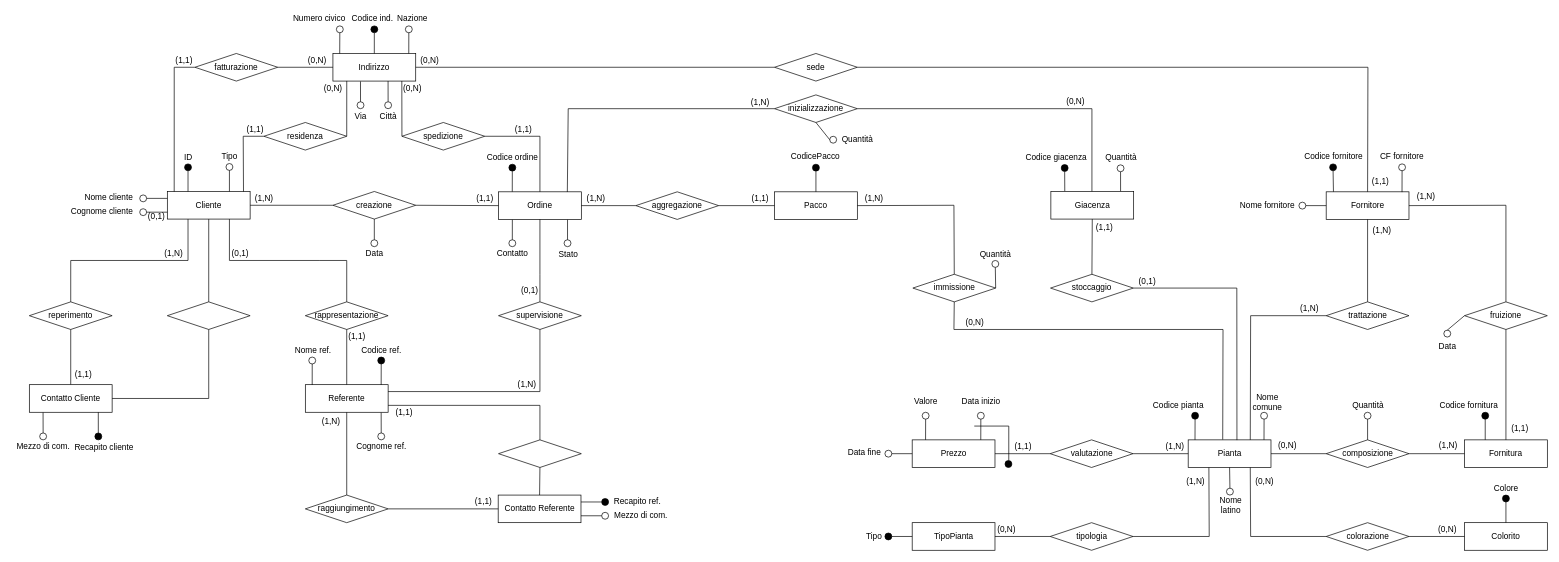
The draw.io diagram ER-diagrams/ER-master-bis.drawio in nic-agos/Verde-S.R.L, before the edit. Source tidied: cells renumbered, new cells numbered last; positions are measured from the earlier drawing's top-left corner, leaving out a move shared by most shapes. Both pictures are drawn from the tidied source at 69%, with x=0, y=0 at pixel (12, 12).
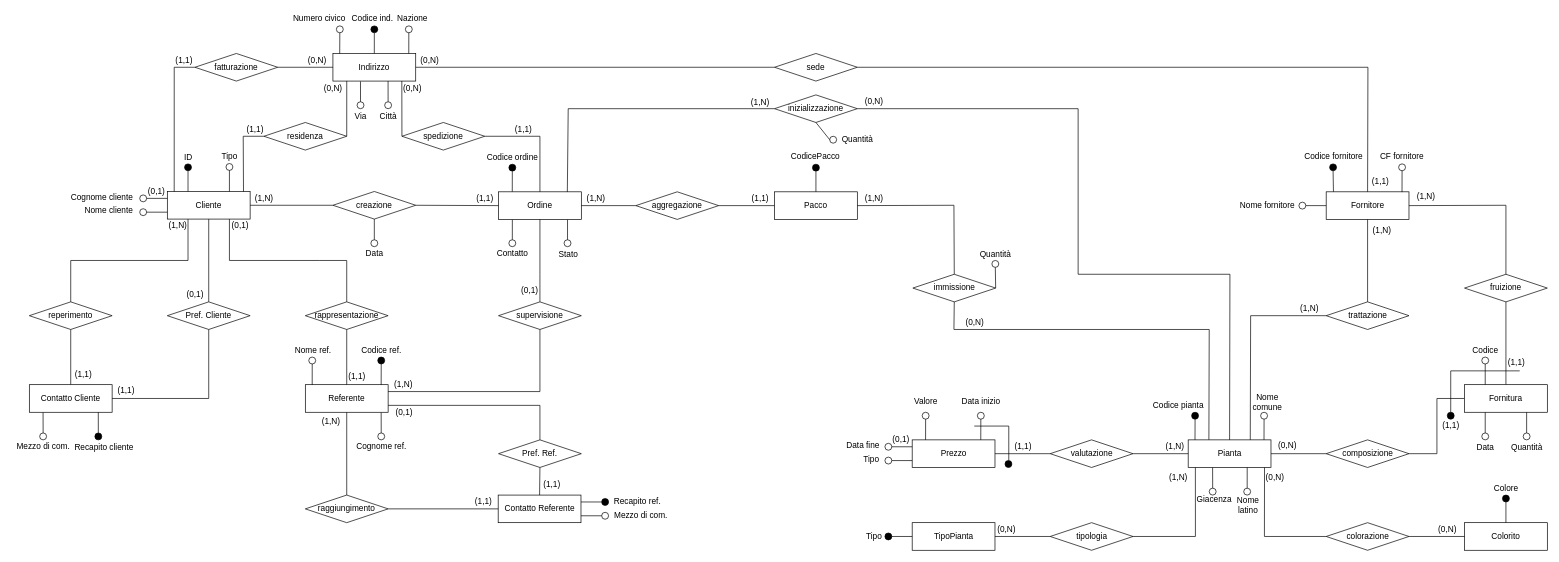
The same diagram, later.

The change refers to these unchanged cells:
```xml
<mxCell id="39" value="immissione" style="rhombus;whiteSpace=wrap;html=1;" parent="1" vertex="1">
  <mxGeometry x="1305.5" y="380" width="120" height="40" as="geometry" />
</mxCell>
<mxCell id="44" value="inizializzazione" style="rhombus;whiteSpace=wrap;html=1;" parent="1" vertex="1">
  <mxGeometry x="1105" y="120" width="120" height="40" as="geometry" />
</mxCell>
<mxCell id="62" value="Pianta" style="rounded=0;whiteSpace=wrap;html=1;strokeWidth=1;perimeterSpacing=0;" parent="1" vertex="1">
  <mxGeometry x="1704.5" y="620" width="120" height="40" as="geometry" />
</mxCell>
<mxCell id="70" value="Prezzo" style="rounded=0;whiteSpace=wrap;html=1;strokeWidth=1;perimeterSpacing=0;" parent="1" vertex="1">
  <mxGeometry x="1304.5" y="620" width="120" height="40" as="geometry" />
</mxCell>
<mxCell id="103" value="composizione" style="rhombus;whiteSpace=wrap;html=1;" parent="1" vertex="1">
  <mxGeometry x="1904.5" y="620" width="120" height="40" as="geometry" />
</mxCell>
<mxCell id="205" value="tipologia" style="rhombus;whiteSpace=wrap;html=1;" parent="1" vertex="1">
  <mxGeometry x="1504.5" y="740" width="120" height="40" as="geometry" />
</mxCell>
<mxCell id="221" value="colorazione" style="rhombus;whiteSpace=wrap;html=1;" parent="1" vertex="1">
  <mxGeometry x="1904.5" y="740" width="120" height="40" as="geometry" />
</mxCell>
```

Diff of the diagram source:
```diff
@@
     <mxCell id="17" value="(0,1)" style="text;html=1;strokeColor=none;fillColor=none;align=center;verticalAlign=middle;whiteSpace=wrap;rounded=0;" parent="1" vertex="1">
-      <mxGeometry x="301" y="335" width="60" height="30" as="geometry" />
+      <mxGeometry x="301" y="294" width="60" height="30" as="geometry" />
     </mxCell>
     <mxCell id="18" value="(1,1)" style="text;html=1;strokeColor=none;fillColor=none;align=center;verticalAlign=middle;whiteSpace=wrap;rounded=0;" parent="1" vertex="1">
-      <mxGeometry x="470" y="455" width="60" height="30" as="geometry" />
+      <mxGeometry x="470" y="513" width="60" height="30" as="geometry" />
     </mxCell>
@@
-    <mxCell id="41" style="endArrow=none;html=1;rounded=0;exitX=0.5;exitY=1;exitDx=0;exitDy=0;entryX=0.417;entryY=-0.008;entryDx=0;entryDy=0;entryPerimeter=0;" parent="1" edge="1" source="39" target="62">
+    <mxCell id="41" style="endArrow=none;html=1;rounded=0;exitX=0.5;exitY=1;exitDx=0;exitDy=0;entryX=0.25;entryY=0;entryDx=0;entryDy=0;" parent="1" edge="1" source="39" target="62">
       <mxGeometry relative="1" as="geometry">
         <Array as="points">
           <mxPoint x="1365" y="460" />
-          <mxPoint x="1755" y="460" />
+          <mxPoint x="1735" y="460" />
         </Array>
       </mxGeometry>
     </mxCell>
@@
-    <mxCell id="46" style="endArrow=none;html=1;rounded=0;exitX=1;exitY=0.5;exitDx=0;exitDy=0;entryX=0.5;entryY=0;entryDx=0;entryDy=0;" parent="1" edge="1" source="44">
-      <mxGeometry relative="1" as="geometry">
-        <mxPoint x="1565" y="260.5" as="targetPoint" />
-        <Array as="points">
-          <mxPoint x="1565" y="140" />
-        </Array>
-      </mxGeometry>
-    </mxCell>
@@
     <mxCell id="59" value="(0,N)" style="text;html=1;align=center;verticalAlign=middle;strokeColor=none;fillColor=none;" parent="1" vertex="1">
-      <mxGeometry x="1520.5" y="120" width="40" height="20" as="geometry" />
+      <mxGeometry x="1229" y="120" width="40" height="20" as="geometry" />
     </mxCell>
@@
     <mxCell id="66" value="Nome &lt;br&gt;latino" style="text;html=1;align=center;verticalAlign=middle;strokeColor=none;fillColor=none;" parent="1" vertex="1">
-      <mxGeometry x="1741" y="700" width="50" height="30" as="geometry" />
+      <mxGeometry x="1766" y="700" width="50" height="30" as="geometry" />
     </mxCell>
@@
     <mxCell id="90" value="(1,N)" style="text;html=1;align=center;verticalAlign=middle;strokeColor=none;fillColor=none;" parent="1" vertex="1">
-      <mxGeometry x="725.5" y="530" width="40" height="20" as="geometry" />
+      <mxGeometry x="547" y="530" width="40" height="20" as="geometry" />
     </mxCell>
@@
-    <mxCell id="101" value="Fornitura" style="rounded=0;whiteSpace=wrap;html=1;strokeWidth=1;perimeterSpacing=0;" parent="1" vertex="1">
-      <mxGeometry x="2105" y="620" width="120" height="40" as="geometry" />
-    </mxCell>
     <mxCell id="102" value="fruizione" style="rhombus;whiteSpace=wrap;html=1;" parent="1" vertex="1">
-      <mxGeometry x="2105" y="420" width="120" height="40" as="geometry" />
+      <mxGeometry x="2105" y="380" width="120" height="40" as="geometry" />
     </mxCell>
@@
     <mxCell id="105" style="ellipse;whiteSpace=wrap;html=1;strokeWidth=1;fillColor=none;" parent="1" vertex="1">
-      <mxGeometry x="1760" y="690" width="10" height="10" as="geometry" />
+      <mxGeometry x="1785" y="690" width="10" height="10" as="geometry" />
     </mxCell>
-    <mxCell id="106" style="endArrow=none;html=1;rounded=0;exitX=0.5;exitY=0;exitDx=0;exitDy=0;entryX=0.5;entryY=1;entryDx=0;entryDy=0;" parent="1" edge="1" source="105" target="62">
+    <mxCell id="106" style="endArrow=none;html=1;rounded=0;exitX=0.5;exitY=0;exitDx=0;exitDy=0;entryX=0.713;entryY=0.999;entryDx=0;entryDy=0;entryPerimeter=0;" parent="1" edge="1" source="105" target="62">
       <mxGeometry relative="1" as="geometry" />
     </mxCell>
@@
     <mxCell id="108" style="endArrow=none;html=1;rounded=0;entryX=0;entryY=0.5;entryDx=0;entryDy=0;exitX=1;exitY=0.5;exitDx=0;exitDy=0;" parent="1" edge="1" source="103" target="101">
-      <mxGeometry relative="1" as="geometry" />
+      <mxGeometry relative="1" as="geometry">
+        <Array as="points">
+          <mxPoint x="2065" y="640" />
+          <mxPoint x="2065" y="560" />
+        </Array>
+      </mxGeometry>
     </mxCell>
@@
-    <mxCell id="116" value="(1,1)" style="text;html=1;align=center;verticalAlign=middle;strokeColor=none;fillColor=none;" parent="1" vertex="1">
-      <mxGeometry x="2165" y="593" width="40" height="20" as="geometry" />
-    </mxCell>
-    <mxCell id="117" value="(1,N)" style="text;html=1;align=center;verticalAlign=middle;strokeColor=none;fillColor=none;" parent="1" vertex="1">
-      <mxGeometry x="2061" y="619" width="40" height="20" as="geometry" />
-    </mxCell>
@@
-    <mxCell id="119" style="ellipse;whiteSpace=wrap;html=1;strokeWidth=1;fillColor=none;" parent="1" vertex="1">
-      <mxGeometry x="2075" y="461" width="10" height="10" as="geometry" />
-    </mxCell>
-    <mxCell id="120" style="endArrow=none;html=1;rounded=0;entryX=0;entryY=0.5;entryDx=0;entryDy=0;exitX=0.5;exitY=0;exitDx=0;exitDy=0;" parent="1" edge="1" source="119" target="102">
-      <mxGeometry relative="1" as="geometry" />
-    </mxCell>
-    <mxCell id="121" value="Data" style="text;html=1;align=center;verticalAlign=middle;strokeColor=none;fillColor=none;" parent="1" vertex="1">
-      <mxGeometry x="2060" y="475" width="40" height="20" as="geometry" />
-    </mxCell>
-    <mxCell id="122" style="ellipse;whiteSpace=wrap;html=1;strokeWidth=1;fillColor=none;" parent="1" vertex="1">
-      <mxGeometry x="1959.5" y="580" width="10" height="10" as="geometry" />
-    </mxCell>
-    <mxCell id="123" style="endArrow=none;html=1;rounded=0;exitX=0.5;exitY=0;exitDx=0;exitDy=0;entryX=0.5;entryY=1;entryDx=0;entryDy=0;" parent="1" edge="1" source="103" target="122">
-      <mxGeometry relative="1" as="geometry" />
-    </mxCell>
-    <mxCell id="124" value="Quantità" style="text;html=1;align=center;verticalAlign=middle;strokeColor=none;fillColor=none;" parent="1" vertex="1">
-      <mxGeometry x="1934.5" y="560" width="60" height="20" as="geometry" />
-    </mxCell>
-    <mxCell id="125" style="ellipse;whiteSpace=wrap;html=1;strokeWidth=1;fillColor=#000000;" parent="1" vertex="1">
-      <mxGeometry x="2130" y="580" width="10" height="10" as="geometry" />
-    </mxCell>
-    <mxCell id="126" style="endArrow=none;html=1;rounded=0;entryX=0.25;entryY=0;entryDx=0;entryDy=0;exitX=0.5;exitY=1;exitDx=0;exitDy=0;" parent="1" edge="1" source="125" target="101">
-      <mxGeometry relative="1" as="geometry" />
-    </mxCell>
-    <mxCell id="127" value="Codice fornitura" style="text;html=1;align=center;verticalAlign=middle;strokeColor=none;fillColor=none;" parent="1" vertex="1">
-      <mxGeometry x="2061" y="560" width="100" height="20" as="geometry" />
-    </mxCell>
-    <mxCell id="128" value="stoccaggio" style="rhombus;whiteSpace=wrap;html=1;" parent="1" vertex="1">
-      <mxGeometry x="1505" y="380" width="120" height="40" as="geometry" />
-    </mxCell>
-    <mxCell id="129" value="Giacenza" style="rounded=0;whiteSpace=wrap;html=1;strokeWidth=1;perimeterSpacing=0;" parent="1" vertex="1">
-      <mxGeometry x="1505.5" y="260" width="120" height="40" as="geometry" />
-    </mxCell>
-    <mxCell id="130" style="endArrow=none;html=1;rounded=0;fillColor=#000000;exitX=0.5;exitY=1;exitDx=0;exitDy=0;entryX=0.168;entryY=-0.011;entryDx=0;entryDy=0;entryPerimeter=0;" parent="1" edge="1" source="131" target="129">
-      <mxGeometry relative="1" as="geometry" />
-    </mxCell>
-    <mxCell id="131" style="ellipse;whiteSpace=wrap;html=1;strokeWidth=1;fillColor=#000000;" parent="1" vertex="1">
-      <mxGeometry x="1520.5" y="221" width="10" height="10" as="geometry" />
-    </mxCell>
-    <mxCell id="132" value="Codice giacenza" style="text;html=1;align=center;verticalAlign=middle;strokeColor=none;fillColor=none;" parent="1" vertex="1">
-      <mxGeometry x="1463" y="201.4" width="100" height="20" as="geometry" />
-    </mxCell>
-    <mxCell id="133" style="endArrow=none;html=1;rounded=0;fillColor=#000000;exitX=0.5;exitY=1;exitDx=0;exitDy=0;entryX=0.842;entryY=-0.009;entryDx=0;entryDy=0;entryPerimeter=0;" parent="1" edge="1" source="134" target="129">
-      <mxGeometry relative="1" as="geometry" />
-    </mxCell>
-    <mxCell id="134" style="ellipse;whiteSpace=wrap;html=1;strokeWidth=1;fillColor=none;" parent="1" vertex="1">
-      <mxGeometry x="1601.5" y="221.4" width="10" height="10" as="geometry" />
-    </mxCell>
-    <mxCell id="135" value="Quantità" style="text;html=1;align=center;verticalAlign=middle;strokeColor=none;fillColor=none;" parent="1" vertex="1">
-      <mxGeometry x="1576.5" y="201.4" width="60" height="20" as="geometry" />
-    </mxCell>
-    <mxCell id="136" style="endArrow=none;html=1;rounded=0;entryX=0.5;entryY=1;entryDx=0;entryDy=0;exitX=0.5;exitY=0;exitDx=0;exitDy=0;" parent="1" edge="1" source="128" target="129">
-      <mxGeometry relative="1" as="geometry" />
-    </mxCell>
-    <mxCell id="137" style="endArrow=none;html=1;rounded=0;entryX=0.589;entryY=0.008;entryDx=0;entryDy=0;exitX=1;exitY=0.5;exitDx=0;exitDy=0;entryPerimeter=0;" parent="1" edge="1" source="128" target="62">
+    <mxCell id="137" style="endArrow=none;html=1;rounded=0;entryX=0.5;entryY=0;entryDx=0;entryDy=0;exitX=1;exitY=0.5;exitDx=0;exitDy=0;" parent="1" edge="1" source="44" target="62">
       <mxGeometry relative="1" as="geometry">
         <Array as="points">
-          <mxPoint x="1775" y="400" />
+          <mxPoint x="1545" y="140" />
+          <mxPoint x="1545" y="380" />
+          <mxPoint x="1765" y="380" />
         </Array>
       </mxGeometry>
     </mxCell>
-    <mxCell id="138" value="(0,1)" style="text;html=1;align=center;verticalAlign=middle;strokeColor=none;fillColor=none;" parent="1" vertex="1">
-      <mxGeometry x="1625" y="380" width="40" height="20" as="geometry" />
-    </mxCell>
-    <mxCell id="139" value="(1,1)" style="text;html=1;align=center;verticalAlign=middle;strokeColor=none;fillColor=none;" parent="1" vertex="1">
-      <mxGeometry x="1563" y="303" width="40" height="20" as="geometry" />
-    </mxCell>
     <mxCell id="140" style="ellipse;whiteSpace=wrap;html=1;strokeWidth=1;fillColor=none;" parent="1" vertex="1">
-      <mxGeometry x="1265" y="635" width="10" height="10" as="geometry" />
+      <mxGeometry x="1265" y="625" width="10" height="10" as="geometry" />
     </mxCell>
-    <mxCell id="141" style="endArrow=none;html=1;rounded=0;exitX=1;exitY=0.5;exitDx=0;exitDy=0;entryX=0;entryY=0.5;entryDx=0;entryDy=0;" parent="1" edge="1" source="140" target="70">
+    <mxCell id="141" style="endArrow=none;html=1;rounded=0;exitX=1;exitY=0.5;exitDx=0;exitDy=0;entryX=0;entryY=0.25;entryDx=0;entryDy=0;" parent="1" edge="1" source="140" target="70">
       <mxGeometry relative="1" as="geometry" />
     </mxCell>
     <mxCell id="142" value="Data fine" style="text;html=1;align=center;verticalAlign=middle;strokeColor=none;fillColor=none;" parent="1" vertex="1">
-      <mxGeometry x="1205" y="629" width="60" height="20" as="geometry" />
+      <mxGeometry x="1203" y="619" width="60" height="20" as="geometry" />
     </mxCell>
@@
     <mxCell id="148" value="(1,N)" style="text;html=1;align=center;verticalAlign=middle;strokeColor=none;fillColor=none;" parent="1" vertex="1">
-      <mxGeometry x="1694.5" y="670" width="40" height="20" as="geometry" />
+      <mxGeometry x="1670" y="664" width="40" height="20" as="geometry" />
     </mxCell>
@@
     <mxCell id="152" value="Nome cliente" style="text;html=1;align=center;verticalAlign=middle;strokeColor=none;fillColor=none;" parent="1" vertex="1">
-      <mxGeometry x="95" y="259" width="90" height="20" as="geometry" />
+      <mxGeometry x="95" y="278" width="90" height="20" as="geometry" />
     </mxCell>
     <mxCell id="153" value="Cognome cliente" style="text;html=1;align=center;verticalAlign=middle;strokeColor=none;fillColor=none;" parent="1" vertex="1">
-      <mxGeometry x="75" y="279" width="110" height="20" as="geometry" />
+      <mxGeometry x="75" y="259" width="110" height="20" as="geometry" />
     </mxCell>
     <mxCell id="154" value="(0,1)" style="text;html=1;align=center;verticalAlign=middle;strokeColor=none;fillColor=none;" parent="1" vertex="1">
-      <mxGeometry x="189" y="287" width="40" height="20" as="geometry" />
+      <mxGeometry x="189" y="250" width="40" height="20" as="geometry" />
     </mxCell>
@@
     <mxCell id="164" value="(1,N)" style="text;html=1;align=center;verticalAlign=middle;strokeColor=none;fillColor=none;" parent="1" vertex="1">
-      <mxGeometry x="214" y="340" width="40" height="20" as="geometry" />
+      <mxGeometry x="220" y="299" width="40" height="20" as="geometry" />
     </mxCell>
-    <mxCell id="165" value="(1,1)" style="text;html=1;align=center;verticalAlign=middle;strokeColor=none;fillColor=none;" parent="1" vertex="1">
+    <mxCell id="165" value="(0,1)" style="text;html=1;align=center;verticalAlign=middle;strokeColor=none;fillColor=none;" parent="1" vertex="1">
       <mxGeometry x="548" y="570" width="40" height="20" as="geometry" />
     </mxCell>
@@
-    <mxCell id="219" style="endArrow=none;html=1;rounded=0;entryX=0.25;entryY=1;entryDx=0;entryDy=0;exitX=1;exitY=0.5;exitDx=0;exitDy=0;" parent="1" edge="1" source="205" target="62">
+    <mxCell id="219" style="endArrow=none;html=1;rounded=0;entryX=0.087;entryY=0.999;entryDx=0;entryDy=0;exitX=1;exitY=0.5;exitDx=0;exitDy=0;entryPerimeter=0;" parent="1" edge="1" source="205" target="62">
       <mxGeometry relative="1" as="geometry">
         <Array as="points">
-          <mxPoint x="1735" y="760" />
+          <mxPoint x="1715" y="760" />
         </Array>
       </mxGeometry>
     </mxCell>
@@
     <mxCell id="222" value="(0,N)" style="text;html=1;align=center;verticalAlign=middle;strokeColor=none;fillColor=none;" parent="1" vertex="1">
-      <mxGeometry x="1794.5" y="670" width="40" height="20" as="geometry" />
+      <mxGeometry x="1809.5" y="664" width="40" height="20" as="geometry" />
     </mxCell>
@@
-    <mxCell id="226" style="endArrow=none;html=1;rounded=0;entryX=0;entryY=0.5;entryDx=0;entryDy=0;exitX=0.75;exitY=1;exitDx=0;exitDy=0;" parent="1" edge="1" source="62" target="221">
+    <mxCell id="226" style="endArrow=none;html=1;rounded=0;entryX=0;entryY=0.5;entryDx=0;entryDy=0;exitX=0.922;exitY=1.003;exitDx=0;exitDy=0;exitPerimeter=0;" parent="1" edge="1" source="62" target="221">
       <mxGeometry relative="1" as="geometry">
         <Array as="points">
-          <mxPoint x="1795" y="760" />
+          <mxPoint x="1815" y="760" />
         </Array>
       </mxGeometry>
     </mxCell>
@@
-    <mxCell id="230" style="rhombus;whiteSpace=wrap;html=1;" parent="1" vertex="1">
+    <mxCell id="230" value="Pref. Cliente" style="rhombus;whiteSpace=wrap;html=1;" parent="1" vertex="1">
       <mxGeometry x="225" y="420" width="120" height="40" as="geometry" />
     </mxCell>
@@
-    <mxCell id="233" style="rhombus;whiteSpace=wrap;html=1;" parent="1" vertex="1">
+    <mxCell id="233" value="Pref. Ref." style="rhombus;whiteSpace=wrap;html=1;" parent="1" vertex="1">
       <mxGeometry x="705" y="620" width="120" height="40" as="geometry" />
     </mxCell>
@@
+    <mxCell id="238" value="(0,1)" style="text;html=1;align=center;verticalAlign=middle;strokeColor=none;fillColor=none;" parent="1" vertex="1">
+      <mxGeometry x="245" y="400" width="40" height="20" as="geometry" />
+    </mxCell>
+    <mxCell id="239" value="(1,1)" style="text;html=1;align=center;verticalAlign=middle;strokeColor=none;fillColor=none;" parent="1" vertex="1">
+      <mxGeometry x="145" y="538" width="40" height="20" as="geometry" />
+    </mxCell>
+    <mxCell id="240" value="(1,1)" style="text;html=1;align=center;verticalAlign=middle;strokeColor=none;fillColor=none;" parent="1" vertex="1">
+      <mxGeometry x="762" y="675" width="40" height="20" as="geometry" />
+    </mxCell>
+    <mxCell id="241" value="(0,1)" style="text;html=1;align=center;verticalAlign=middle;strokeColor=none;fillColor=none;" parent="1" vertex="1">
+      <mxGeometry x="1268" y="610" width="40" height="20" as="geometry" />
+    </mxCell>
+    <mxCell id="242" style="ellipse;whiteSpace=wrap;html=1;strokeWidth=1;fillColor=none;" parent="1" vertex="1">
+      <mxGeometry x="1265" y="645" width="10" height="10" as="geometry" />
+    </mxCell>
+    <mxCell id="243" style="endArrow=none;html=1;rounded=0;entryX=0;entryY=0.75;entryDx=0;entryDy=0;exitX=1;exitY=0.5;exitDx=0;exitDy=0;" parent="1" edge="1" source="242" target="70">
+      <mxGeometry relative="1" as="geometry" />
+    </mxCell>
+    <mxCell id="244" value="Tipo" style="text;html=1;align=center;verticalAlign=middle;strokeColor=none;fillColor=none;" parent="1" vertex="1">
+      <mxGeometry x="1225" y="639" width="40" height="20" as="geometry" />
+    </mxCell>
+    <mxCell id="101" value="Fornitura" style="rounded=0;whiteSpace=wrap;html=1;strokeWidth=1;perimeterSpacing=0;" parent="1" vertex="1">
+      <mxGeometry x="2105" y="540" width="120" height="40" as="geometry" />
+    </mxCell>
+    <mxCell id="245" value="(1,1)" style="text;html=1;align=center;verticalAlign=middle;strokeColor=none;fillColor=none;" parent="1" vertex="1">
+      <mxGeometry x="2160" y="498" width="40" height="20" as="geometry" />
+    </mxCell>
+    <mxCell id="246" value="(1,1)" style="text;html=1;align=center;verticalAlign=middle;strokeColor=none;fillColor=none;" parent="1" vertex="1">
+      <mxGeometry x="2065" y="590" width="40" height="20" as="geometry" />
+    </mxCell>
+    <mxCell id="121" value="Data" style="text;html=1;align=center;verticalAlign=middle;strokeColor=none;fillColor=none;" parent="1" vertex="1">
+      <mxGeometry x="2115" y="621" width="40" height="20" as="geometry" />
+    </mxCell>
+    <mxCell id="247" value="Quantità" style="text;html=1;align=center;verticalAlign=middle;strokeColor=none;fillColor=none;" parent="1" vertex="1">
+      <mxGeometry x="2165" y="621" width="60" height="20" as="geometry" />
+    </mxCell>
+    <mxCell id="248" style="ellipse;whiteSpace=wrap;html=1;strokeWidth=1;fillColor=none;" parent="1" vertex="1">
+      <mxGeometry x="2130" y="500" width="10" height="10" as="geometry" />
+    </mxCell>
+    <mxCell id="249" value="Codice" style="text;html=1;align=center;verticalAlign=middle;strokeColor=none;fillColor=none;" parent="1" vertex="1">
+      <mxGeometry x="2110" y="480" width="50" height="20" as="geometry" />
+    </mxCell>
+    <mxCell id="250" style="endArrow=none;html=1;rounded=0;entryX=0.25;entryY=0;entryDx=0;entryDy=0;exitX=0.5;exitY=1;exitDx=0;exitDy=0;" parent="1" edge="1" source="248" target="101">
+      <mxGeometry relative="1" as="geometry" />
+    </mxCell>
+    <mxCell id="251" style="endArrow=none;html=1;rounded=0;exitX=0.5;exitY=0;exitDx=0;exitDy=0;" parent="1" edge="1" source="252">
+      <mxGeometry relative="1" as="geometry">
+        <mxPoint x="2185" y="520" as="targetPoint" />
+        <Array as="points">
+          <mxPoint x="2085" y="520" />
+        </Array>
+      </mxGeometry>
+    </mxCell>
+    <mxCell id="252" style="ellipse;whiteSpace=wrap;html=1;strokeWidth=1;fillColor=#000000;" parent="1" vertex="1">
+      <mxGeometry x="2080" y="580" width="10" height="10" as="geometry" />
+    </mxCell>
+    <mxCell id="253" style="ellipse;whiteSpace=wrap;html=1;strokeWidth=1;fillColor=none;" parent="1" vertex="1">
+      <mxGeometry x="2190" y="610" width="10" height="10" as="geometry" />
+    </mxCell>
+    <mxCell id="254" style="endArrow=none;html=1;rounded=0;entryX=0.75;entryY=1;entryDx=0;entryDy=0;exitX=0.5;exitY=0;exitDx=0;exitDy=0;" parent="1" edge="1" source="253" target="101">
+      <mxGeometry relative="1" as="geometry" />
+    </mxCell>
+    <mxCell id="255" style="ellipse;whiteSpace=wrap;html=1;strokeWidth=1;fillColor=none;" parent="1" vertex="1">
+      <mxGeometry x="2130" y="610" width="10" height="10" as="geometry" />
+    </mxCell>
+    <mxCell id="256" style="endArrow=none;html=1;rounded=0;exitX=0.5;exitY=0;exitDx=0;exitDy=0;entryX=0.25;entryY=1;entryDx=0;entryDy=0;" parent="1" edge="1" source="255" target="101">
+      <mxGeometry relative="1" as="geometry" />
+    </mxCell>
+    <mxCell id="257" style="ellipse;whiteSpace=wrap;html=1;strokeWidth=1;fillColor=none;" parent="1" vertex="1">
+      <mxGeometry x="1735" y="690" width="10" height="10" as="geometry" />
+    </mxCell>
+    <mxCell id="258" style="endArrow=none;html=1;rounded=0;exitX=0.5;exitY=0;exitDx=0;exitDy=0;entryX=0.295;entryY=1.008;entryDx=0;entryDy=0;entryPerimeter=0;" parent="1" edge="1" source="257" target="62">
+      <mxGeometry relative="1" as="geometry" />
+    </mxCell>
+    <mxCell id="129" value="Giacenza" style="text;html=1;align=center;verticalAlign=middle;points=[];strokeColor=none;fillColor=none;" parent="1" vertex="1">
+      <mxGeometry x="1707" y="697" width="70" height="20" as="geometry" />
+    </mxCell>
```
